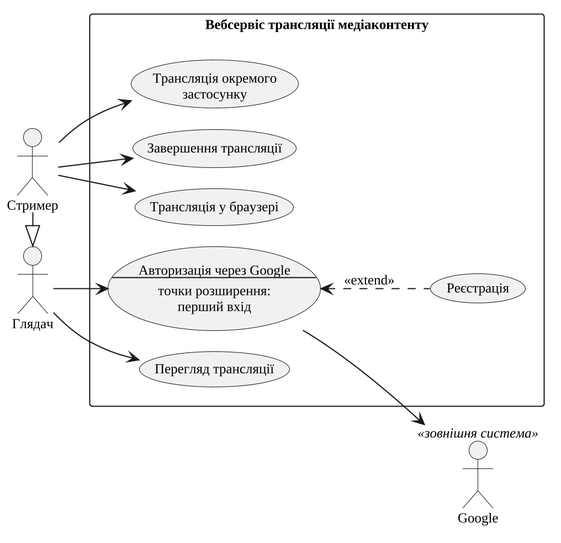
Before: thesis/diagrams/fig-use-cases.png, a diagram exported from PlantUML (Nikitos1926/stream-share).
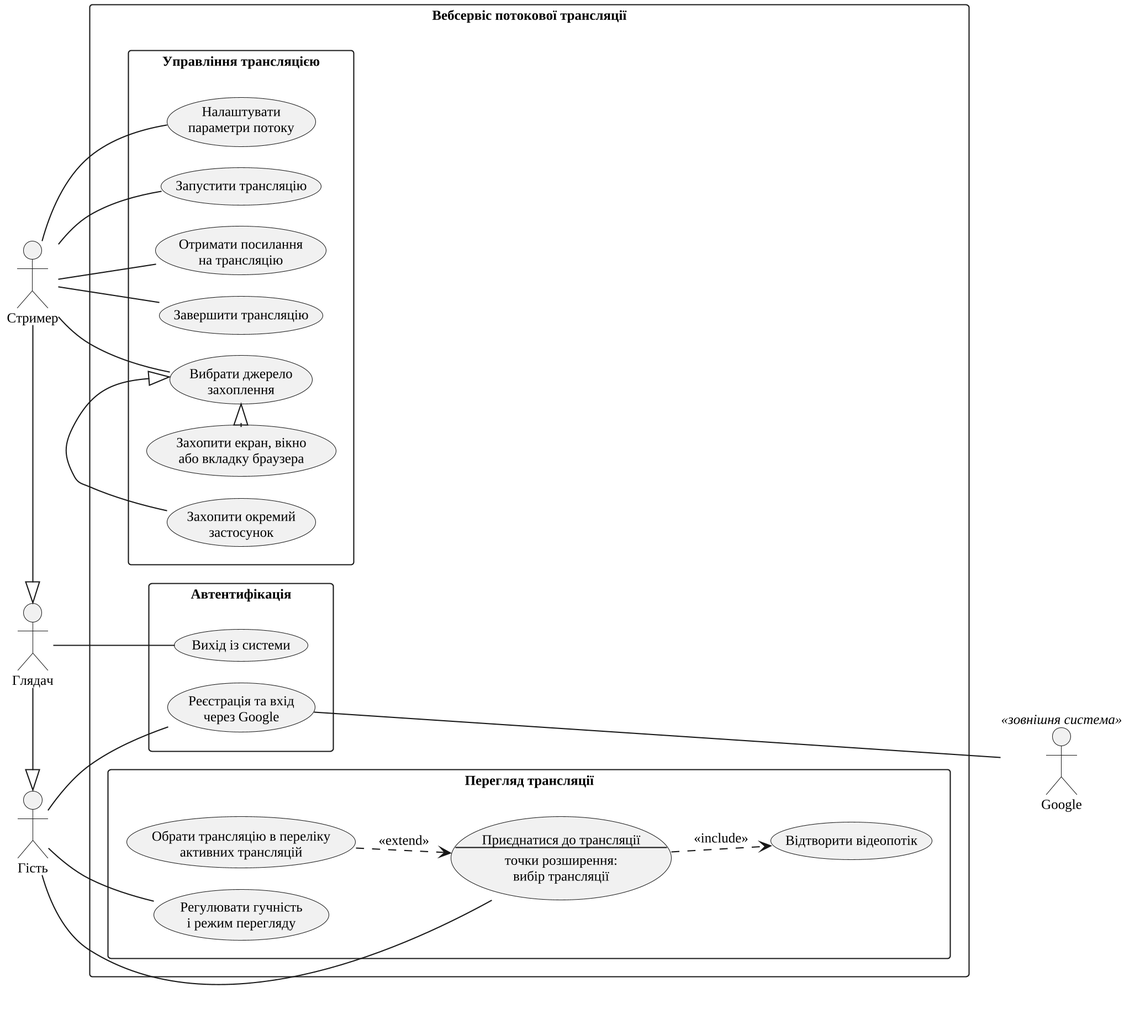
The same diagram one commit later.

Commit message:
docs(thesis): use-case model from the user's diagram, 13 scenarios, UCP 201,8

Change to the diagram source:
```diff
@@ -8,30 +8,54 @@
 skinparam packageStyle rectangle
 left to right direction
 
+actor "Гість" as Guest
 actor "Глядач" as Viewer
 actor "Стример" as Streamer
 actor "Google" as Google <<зовнішня система>>
 
+Viewer -|> Guest
 Streamer -|> Viewer
 
-rectangle "Вебсервіс трансляції медіаконтенту" {
-  usecase UC_SignIn as "Авторизація через Google
+rectangle "Вебсервіс потокової трансляції" {
+  package "Управління трансляцією" {
+    usecase "Вибрати джерело\nзахоплення" as UC_Source
+    usecase "Захопити окремий\nзастосунок" as UC_App
+    usecase "Захопити екран, вікно\nабо вкладку браузера" as UC_Tab
+    usecase "Налаштувати\nпараметри потоку" as UC_Config
+    usecase "Запустити трансляцію" as UC_Start
+    usecase "Отримати посилання\nна трансляцію" as UC_GetLink
+    usecase "Завершити трансляцію" as UC_Stop
+  }
+  package "Перегляд трансляції" {
+    usecase UC_Join as "Приєднатися до трансляції
 --
 точки розширення:
-перший вхід"
-  usecase "Реєстрація" as UC_SignUp
-  usecase "Перегляд трансляції" as UC_Watch
-  usecase "Трансляція у браузері" as UC_Browser
-  usecase "Трансляція окремого\nзастосунку" as UC_App
-  usecase "Завершення трансляції" as UC_End
+вибір трансляції"
+    usecase "Обрати трансляцію в переліку\nактивних трансляцій" as UC_List
+    usecase "Відтворити відеопотік" as UC_Play
+    usecase "Регулювати гучність\nі режим перегляду" as UC_Volume
+  }
+  package "Автентифікація" {
+    usecase "Реєстрація та вхід\nчерез Google" as UC_Google
+    usecase "Вихід із системи" as UC_Logout
+  }
 }
 
-Viewer --> UC_SignIn
-Viewer --> UC_Watch
-UC_SignIn --> Google
-UC_SignIn <.. UC_SignUp : <<extend>>
+Streamer -- UC_Source
+Streamer -- UC_Config
+Streamer -- UC_Start
+Streamer -- UC_GetLink
+Streamer -- UC_Stop
+UC_App -|> UC_Source
+UC_Tab -|> UC_Source
 
-Streamer --> UC_Browser
-Streamer --> UC_App
-Streamer --> UC_End
+Guest -- UC_Join
+Guest -- UC_Volume
+UC_List ..> UC_Join : <<extend>>
+UC_Join ..> UC_Play : <<include>>
+
+Guest -- UC_Google
+UC_Google -- Google
+UC_Play -[hidden]- Google
+Viewer -- UC_Logout
 @enduml
```
